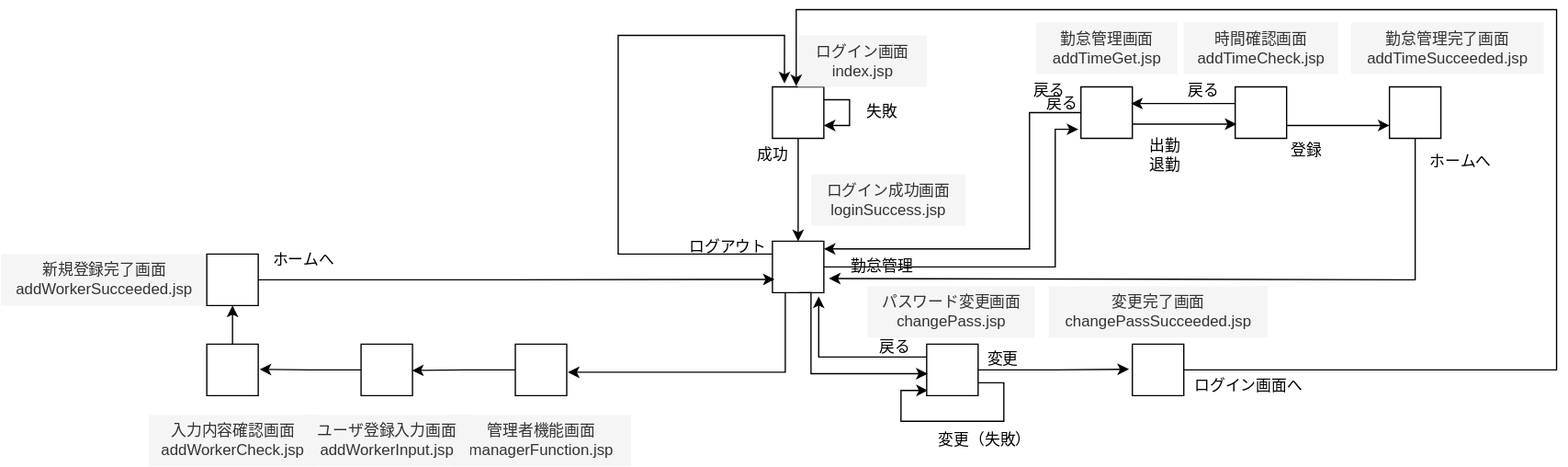
Masaaki-Kobayashi-kccs/sampleRepo2 keeps this draw.io diagram as ログイン画面.drawio.svg. Above is the earlier version. Source tidied: cells renumbered, new cells last; positions are measured from the earlier drawing's top-left corner, leaving out a move shared by most shapes.
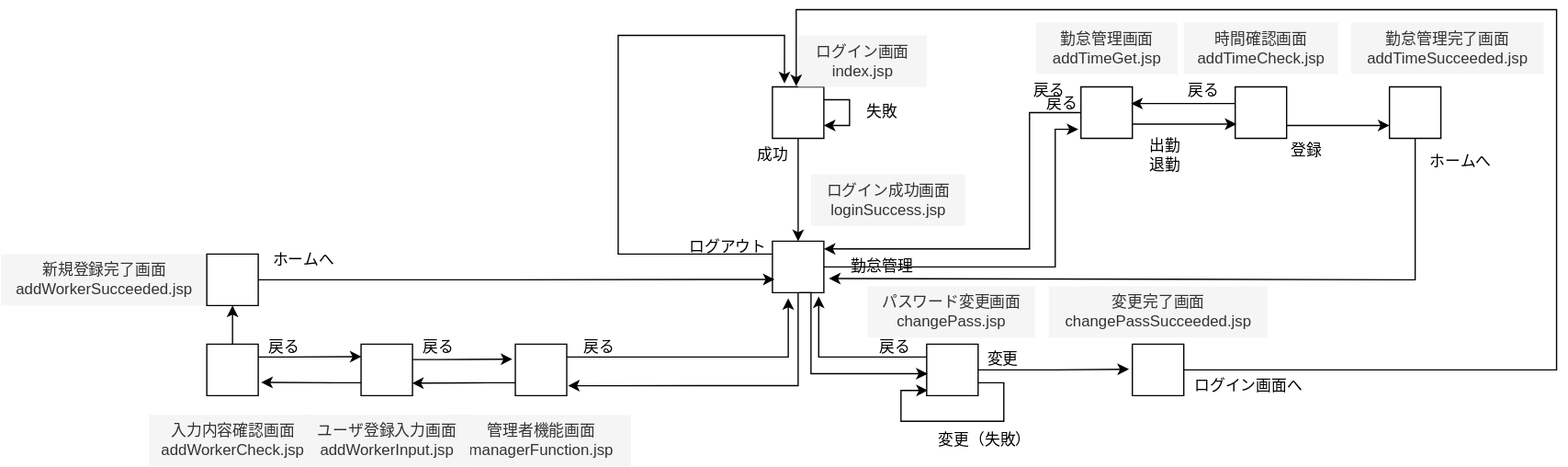
Above is the later version.

Commit message:
ログイン画面.drawio.svg を更新します

The edit, as a diff of the source:
```diff
@@ -124,22 +124,12 @@
     <mxCell id="30" value="管理者機能画面&lt;div&gt;managerFunction.jsp&lt;/div&gt;" style="text;html=1;align=center;verticalAlign=middle;strokeColor=none;fillColor=#f5f5f5;fontColor=#333333;" parent="1" vertex="1">
       <mxGeometry x="350" y="315" width="140" height="40" as="geometry" />
     </mxCell>
-    <mxCell id="31" style="edgeStyle=orthogonalEdgeStyle;rounded=0;jettySize=auto;html=1;entryX=1.022;entryY=0.546;entryDx=0;entryDy=0;entryPerimeter=0;" parent="1" edge="1" source="6" target="29">
-      <mxGeometry relative="1" as="geometry">
-        <Array as="points">
-          <mxPoint x="610" y="282" />
-        </Array>
-      </mxGeometry>
-    </mxCell>
     <mxCell id="32" style="verticalLabelPosition=bottom;verticalAlign=top;html=1;shape=mxgraph.basic.rect;fillColor2=none;strokeWidth=1;size=20;indent=5;" parent="1" vertex="1">
       <mxGeometry x="280" y="260" width="40" height="40" as="geometry" />
     </mxCell>
     <mxCell id="33" value="ユーザ登録入力画面&lt;div&gt;addWorkerInput.jsp&lt;/div&gt;" style="text;html=1;align=center;verticalAlign=middle;strokeColor=none;fillColor=#f5f5f5;fontColor=#333333;" parent="1" vertex="1">
       <mxGeometry x="235" y="315" width="130" height="40" as="geometry" />
     </mxCell>
-    <mxCell id="34" style="edgeStyle=orthogonalEdgeStyle;rounded=0;jettySize=auto;html=1;entryX=0.991;entryY=0.512;entryDx=0;entryDy=0;entryPerimeter=0;" parent="1" edge="1" source="29" target="32">
-      <mxGeometry relative="1" as="geometry" />
-    </mxCell>
     <mxCell id="35" style="edgeStyle=orthogonalEdgeStyle;rounded=0;jettySize=auto;html=1;" parent="1" edge="1" source="36">
       <mxGeometry relative="1" as="geometry">
         <mxPoint x="180" y="230" as="targetPoint" />
@@ -151,9 +141,6 @@
     <mxCell id="37" value="入力内容確認画面&lt;div&gt;addWorkerCheck.jsp&lt;/div&gt;" style="text;html=1;align=center;verticalAlign=middle;strokeColor=none;fillColor=#f5f5f5;fontColor=#333333;" parent="1" vertex="1">
       <mxGeometry x="115" y="315" width="130" height="40" as="geometry" />
     </mxCell>
-    <mxCell id="38" style="edgeStyle=orthogonalEdgeStyle;rounded=0;jettySize=auto;html=1;entryX=1.028;entryY=0.491;entryDx=0;entryDy=0;entryPerimeter=0;" parent="1" edge="1" source="32" target="36">
-      <mxGeometry relative="1" as="geometry" />
-    </mxCell>
     <mxCell id="39" value="新規登録完了画面&lt;div&gt;addWorkerSucceeded.jsp&lt;/div&gt;" style="text;html=1;align=center;verticalAlign=middle;strokeColor=none;fillColor=#f5f5f5;fontColor=#333333;" parent="1" vertex="1">
       <mxGeometry y="190" width="160" height="40" as="geometry" />
     </mxCell>
@@ -235,5 +222,60 @@
     <mxCell id="57" value="戻る" style="text;html=1;align=center;verticalAlign=middle;strokeColor=none;fillColor=none;" parent="1" vertex="1">
       <mxGeometry x="670" y="248" width="50" height="30" as="geometry" />
     </mxCell>
+    <mxCell id="31" style="edgeStyle=orthogonalEdgeStyle;rounded=0;jettySize=auto;html=1;entryX=1.025;entryY=0.808;entryDx=0;entryDy=0;entryPerimeter=0;" parent="1" edge="1" source="6" target="29">
+      <mxGeometry relative="1" as="geometry">
+        <Array as="points">
+          <mxPoint x="620" y="292" />
+        </Array>
+      </mxGeometry>
+    </mxCell>
+    <mxCell id="58" style="edgeStyle=orthogonalEdgeStyle;rounded=0;jettySize=auto;html=1;entryX=0.308;entryY=1.108;entryDx=0;entryDy=0;entryPerimeter=0;" parent="1" edge="1" source="29" target="6">
+      <mxGeometry relative="1" as="geometry">
+        <Array as="points">
+          <mxPoint x="612" y="270" />
+        </Array>
+      </mxGeometry>
+    </mxCell>
+    <mxCell id="59" value="戻る" style="text;html=1;align=center;verticalAlign=middle;strokeColor=none;fillColor=none;" parent="1" vertex="1">
+      <mxGeometry x="440" y="248" width="50" height="30" as="geometry" />
+    </mxCell>
+    <mxCell id="34" style="edgeStyle=orthogonalEdgeStyle;rounded=0;jettySize=auto;html=1;entryX=0.992;entryY=0.758;entryDx=0;entryDy=0;entryPerimeter=0;" parent="1" edge="1" source="29" target="32">
+      <mxGeometry relative="1" as="geometry">
+        <Array as="points">
+          <mxPoint x="380" y="290" />
+          <mxPoint x="380" y="290" />
+        </Array>
+      </mxGeometry>
+    </mxCell>
+    <mxCell id="38" style="edgeStyle=orthogonalEdgeStyle;rounded=0;jettySize=auto;html=1;entryX=1.058;entryY=0.742;entryDx=0;entryDy=0;entryPerimeter=0;" parent="1" edge="1" source="32" target="36">
+      <mxGeometry relative="1" as="geometry">
+        <Array as="points">
+          <mxPoint x="260" y="290" />
+          <mxPoint x="260" y="290" />
+        </Array>
+      </mxGeometry>
+    </mxCell>
+    <mxCell id="60" style="edgeStyle=orthogonalEdgeStyle;rounded=0;jettySize=auto;html=1;entryX=0.008;entryY=0.242;entryDx=0;entryDy=0;entryPerimeter=0;" parent="1" edge="1" source="36" target="32">
+      <mxGeometry relative="1" as="geometry">
+        <Array as="points">
+          <mxPoint x="220" y="270" />
+          <mxPoint x="220" y="270" />
+        </Array>
+      </mxGeometry>
+    </mxCell>
+    <mxCell id="61" style="edgeStyle=orthogonalEdgeStyle;rounded=0;jettySize=auto;html=1;entryX=-0.058;entryY=0.292;entryDx=0;entryDy=0;entryPerimeter=0;" parent="1" edge="1" source="32" target="29">
+      <mxGeometry relative="1" as="geometry">
+        <Array as="points">
+          <mxPoint x="340" y="272" />
+          <mxPoint x="340" y="272" />
+        </Array>
+      </mxGeometry>
+    </mxCell>
+    <mxCell id="62" value="戻る" style="text;html=1;align=center;verticalAlign=middle;strokeColor=none;fillColor=none;" parent="1" vertex="1">
+      <mxGeometry x="315" y="248" width="50" height="30" as="geometry" />
+    </mxCell>
+    <mxCell id="63" value="戻る" style="text;html=1;align=center;verticalAlign=middle;strokeColor=none;fillColor=none;" parent="1" vertex="1">
+      <mxGeometry x="195" y="248" width="50" height="30" as="geometry" />
+    </mxCell>
   </root>
 </mxGraphModel>
```
